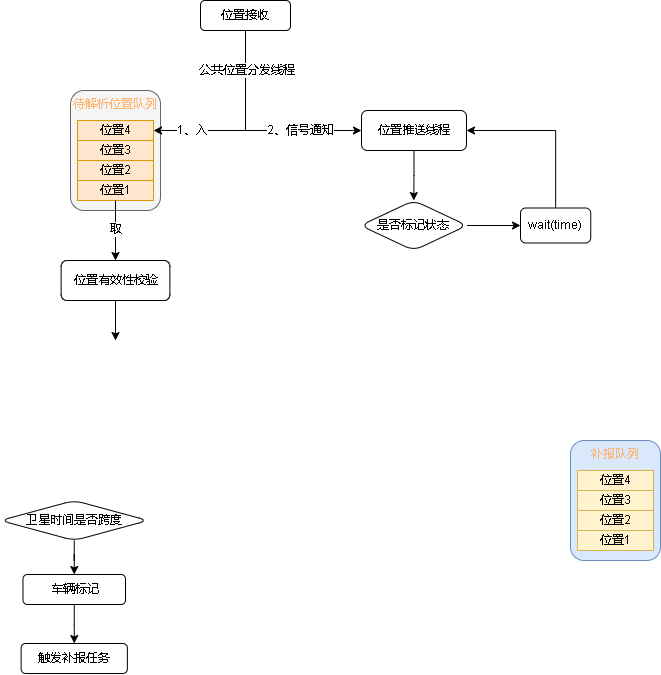
Before: 809数据跨度.drawio.png, a diagram exported from draw.io (xktder/draw). Source tidied: cells renumbered, new cells last; positions are measured from the earlier drawing's top-left corner, leaving out a move shared by most shapes.
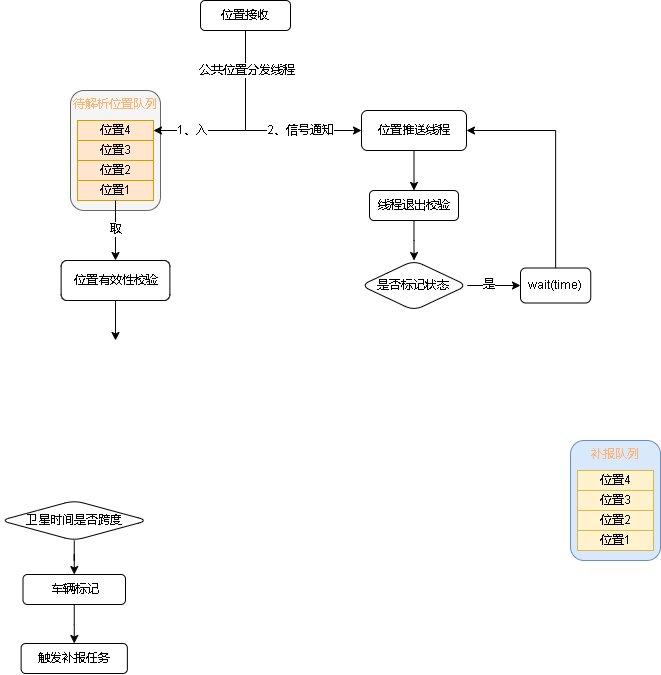
Later version of the same file.

Commit message:
更新809数据跨度.drawio.png

Change to the diagram source:
```diff
@@ -98,17 +98,20 @@
     <mxCell id="28" value="位置有效性校验" style="rounded=1;whiteSpace=wrap;html=1;fontFamily=Helvetica;fontSize=12;fontColor=default;align=center;strokeColor=default;fillColor=default;" parent="1" vertex="1">
       <mxGeometry x="60.6" y="260" width="108.8" height="40" as="geometry" />
     </mxCell>
-    <mxCell id="29" style="edgeStyle=orthogonalEdgeStyle;rounded=0;jettySize=auto;html=1;fontColor=#000000;" parent="1" edge="1" source="30" target="32">
-      <mxGeometry relative="1" as="geometry" />
-    </mxCell>
+    <mxCell id="35" style="edgeStyle=orthogonalEdgeStyle;rounded=0;jettySize=auto;html=1;entryX=0.5;entryY=0;entryDx=0;entryDy=0;fontColor=#000000;" parent="1" edge="1" source="30" target="38">
+      <mxGeometry relative="1" as="geometry" />
+    </mxCell>
     <mxCell id="30" value="位置推送线程" style="rounded=1;whiteSpace=wrap;html=1;fontColor=#000000;" parent="1" vertex="1">
       <mxGeometry x="361" y="110" width="105" height="40" as="geometry" />
     </mxCell>
     <mxCell id="31" style="edgeStyle=orthogonalEdgeStyle;rounded=0;jettySize=auto;html=1;fontColor=#000000;" parent="1" edge="1" source="32" target="34">
       <mxGeometry relative="1" as="geometry" />
     </mxCell>
+    <mxCell id="36" value="是" style="edgeLabel;html=1;align=center;verticalAlign=middle;fontColor=#000000;" parent="31" vertex="1">
+      <mxGeometry x="-0.19" y="1" relative="1" as="geometry" />
+    </mxCell>
     <mxCell id="32" value="是否标记状态" style="rhombus;whiteSpace=wrap;html=1;fontColor=#000000;rounded=1;" parent="1" vertex="1">
-      <mxGeometry x="360" y="200" width="106.5" height="50" as="geometry" />
+      <mxGeometry x="360.2" y="260" width="106.5" height="50" as="geometry" />
     </mxCell>
     <mxCell id="33" style="edgeStyle=orthogonalEdgeStyle;rounded=0;jettySize=auto;html=1;entryX=1;entryY=0.5;entryDx=0;entryDy=0;fontColor=#000000;" parent="1" edge="1" source="34" target="30">
       <mxGeometry relative="1" as="geometry">
@@ -118,7 +121,13 @@
       </mxGeometry>
     </mxCell>
     <mxCell id="34" value="wait(time)" style="whiteSpace=wrap;html=1;fontColor=#000000;rounded=1;" parent="1" vertex="1">
-      <mxGeometry x="520" y="207.5" width="70.2" height="35" as="geometry" />
+      <mxGeometry x="520" y="267.5" width="70.2" height="35" as="geometry" />
     </mxCell>
+    <mxCell id="37" style="edgeStyle=orthogonalEdgeStyle;rounded=0;jettySize=auto;html=1;fontColor=#000000;" parent="1" edge="1" source="38" target="32">
+      <mxGeometry relative="1" as="geometry" />
+    </mxCell>
+    <mxCell id="38" value="线程退出校验" style="rounded=1;whiteSpace=wrap;html=1;fontFamily=Helvetica;fontSize=12;fontColor=#000000;align=center;strokeColor=default;fillColor=default;" parent="1" vertex="1">
+      <mxGeometry x="369" y="190" width="89" height="30" as="geometry" />
+    </mxCell>
   </root>
 </mxGraphModel>
```
